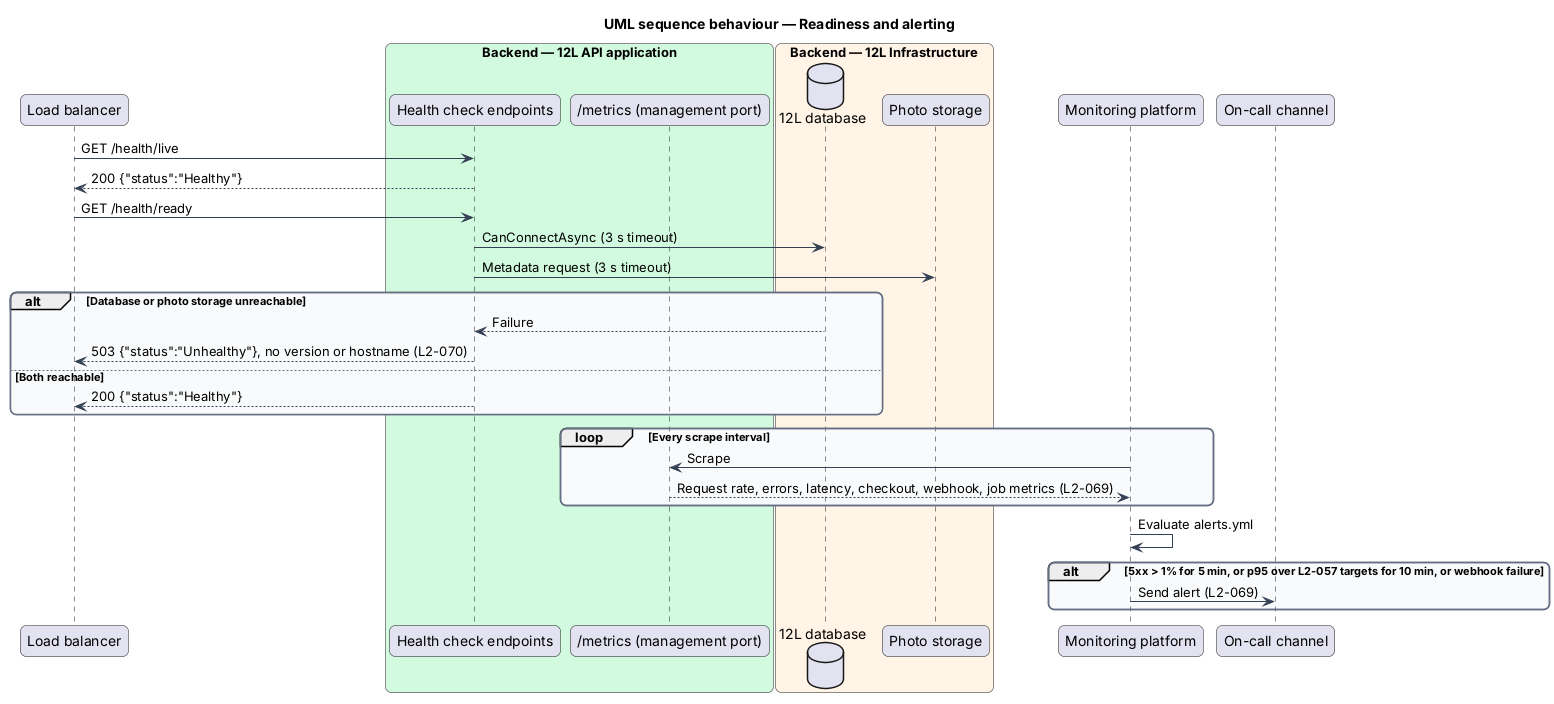
Above: docs/detailed-designs/platform/report-errors-and-observe/diagrams/sequence-health-and-alerts.png in QuinntyneBrown/12l (PlantUML), before the change. The source it was exported from:
```plantuml
@startuml
title UML sequence behaviour — Readiness and alerting
skinparam backgroundColor #FFFFFF
skinparam shadowing false
skinparam roundcorner 12
skinparam defaultFontName Arial
skinparam ArrowColor #344054
skinparam rectangle {
  BorderColor #344054
  FontColor #101828
}
skinparam package {
  BorderColor #667085
  FontColor #101828
  BackgroundColor #F9FAFB
}
participant "Load balancer" as lb
box "Backend — 12L API application" #D1FADF
  participant "Health check endpoints" as health
  participant "/metrics (management port)" as metrics
end box
box "Backend — 12L Infrastructure" #FFF4E5
  database "12L database" as db
  participant "Photo storage" as photos
end box
participant "Monitoring platform" as mon
participant "On-call channel" as oncall
lb -> health : GET /health/live
health --> lb : 200 {"status":"Healthy"}
lb -> health : GET /health/ready
health -> db : CanConnectAsync (3 s timeout)
health -> photos : Metadata request (3 s timeout)
alt Database or photo storage unreachable
  db --> health : Failure
  health --> lb : 503 {"status":"Unhealthy"}, no version or hostname (L2-070)
else Both reachable
  health --> lb : 200 {"status":"Healthy"}
end
loop Every scrape interval
  mon -> metrics : Scrape
  metrics --> mon : Request rate, errors, latency, checkout, webhook, job metrics (L2-069)
end
mon -> mon : Evaluate alerts.yml
alt 5xx > 1% for 5 min, or p95 over L2-057 targets for 10 min, or webhook failure
  mon -> oncall : Send alert (L2-069)
end
@enduml
```
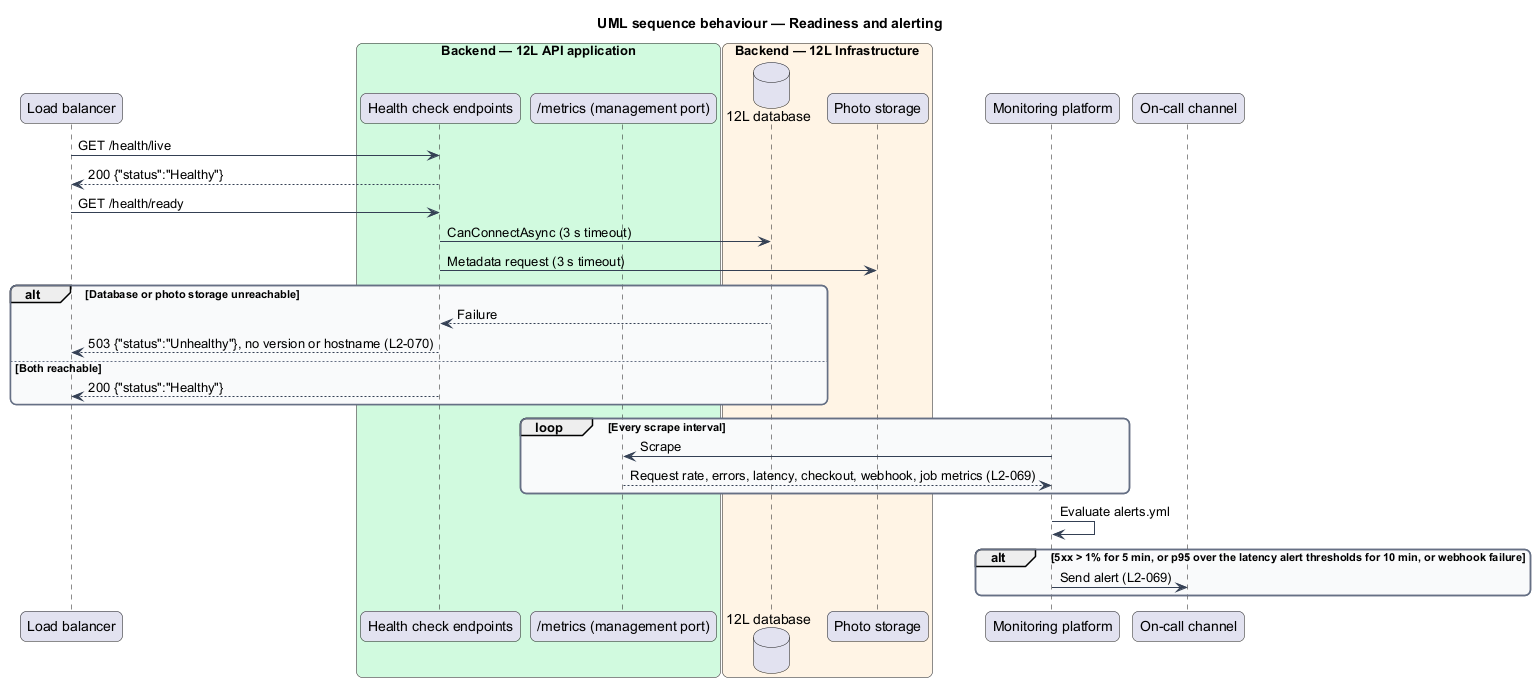
Later version of the same file.

Diff of the diagram source:
```diff
@@ -41,7 +41,7 @@
   metrics --> mon : Request rate, errors, latency, checkout, webhook, job metrics (L2-069)
 end
 mon -> mon : Evaluate alerts.yml
-alt 5xx > 1% for 5 min, or p95 over L2-057 targets for 10 min, or webhook failure
+alt 5xx > 1% for 5 min, or p95 over the latency alert thresholds for 10 min, or webhook failure
   mon -> oncall : Send alert (L2-069)
 end
 @enduml
```
